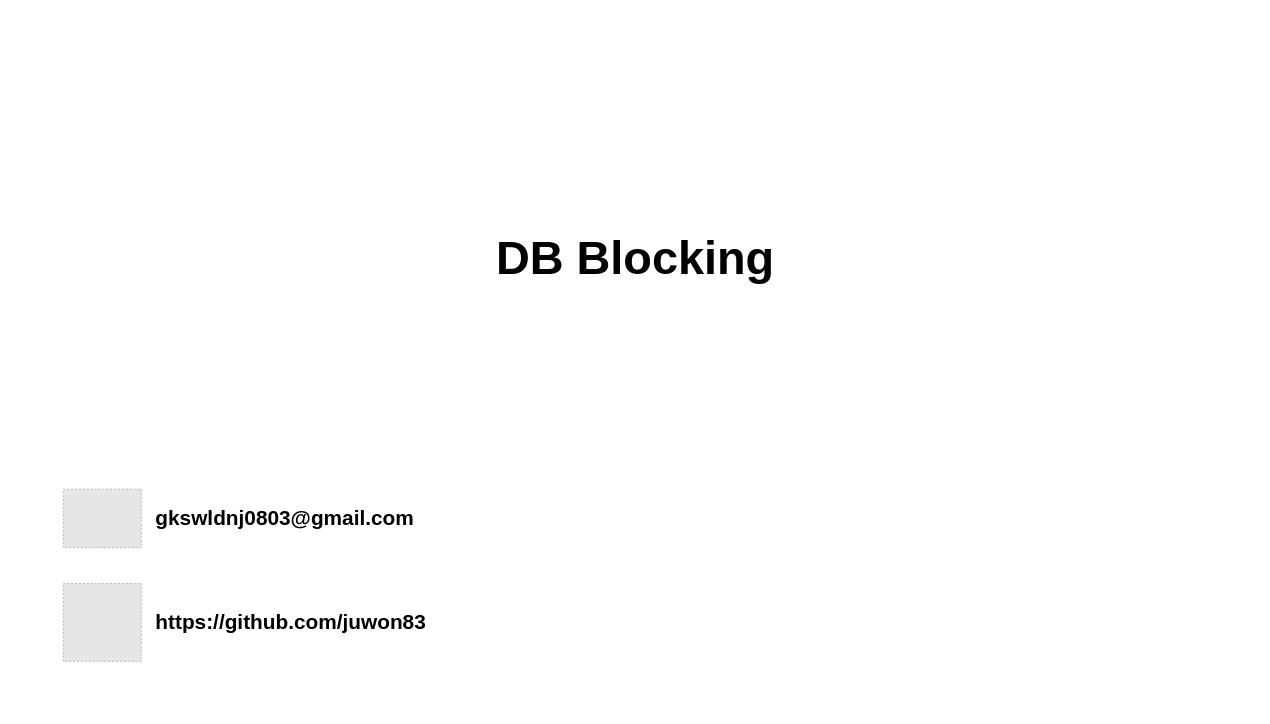
The draw.io diagram page "한지원" (2 of 4) of 썸네일.drawio in Study-Diary/Computer-Science, before the edit. Source tidied: cells renumbered, new cells numbered last; positions are measured from the earlier drawing's top-left corner, leaving out a move shared by most shapes. Both pictures are drawn from the tidied source at 65%, with x=0, y=0 at pixel (11, 11). Pictures stored in the file or linked from it are replaced by grey dashed boxes.
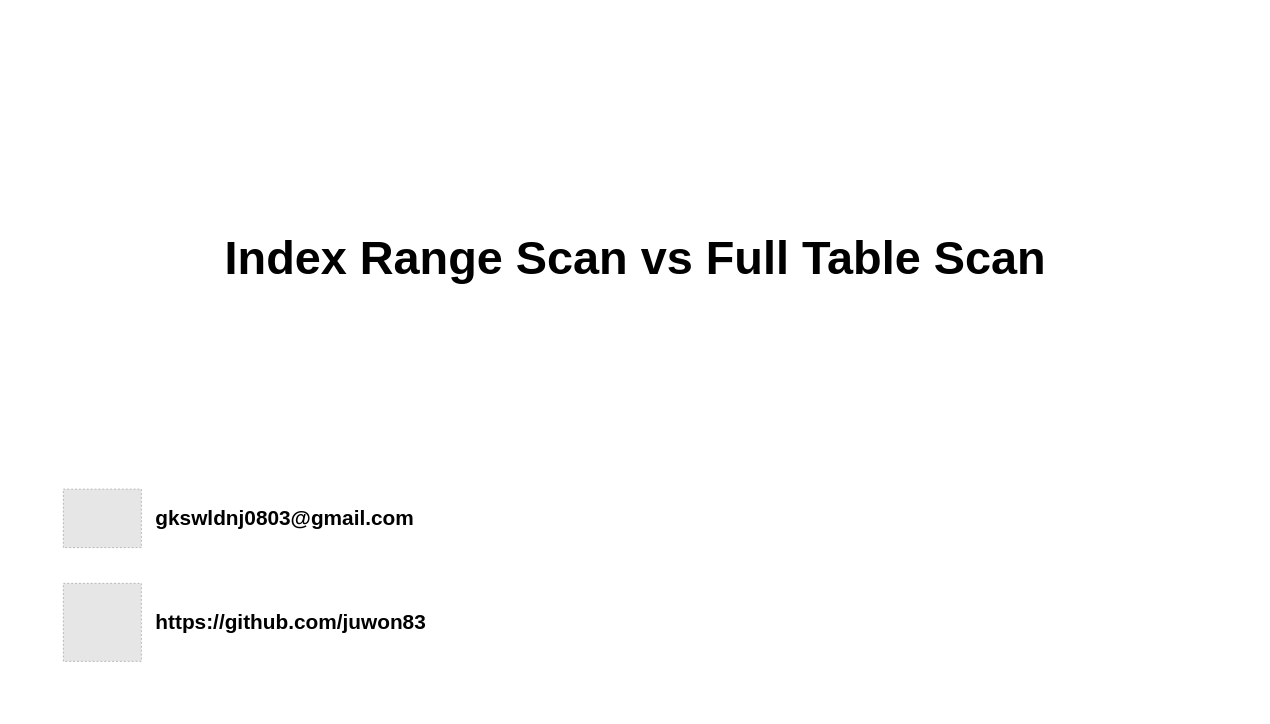
Above is the later version.

What changed in the source:
```diff
@@
 <mxGraphModel>
   <root>
     <mxCell id="0" />
     <mxCell id="1" parent="0" />
     <mxCell id="2" style="rounded=0;whiteSpace=wrap;html=1;fillColor=#FFFFFF;strokeColor=none;" parent="1" vertex="1">
       <mxGeometry width="1920" height="1080" as="geometry" />
     </mxCell>
     <mxCell id="3" style="group;" parent="1" vertex="1">
       <mxGeometry x="80" y="720" width="120" height="120" as="geometry" />
     </mxCell>
     <mxCell id="4" style="fillColor=#E6E6E6;strokeColor=#999999;dashed=1;verticalLabelPosition=bottom;labelBackgroundColor=default;verticalAlign=top;" parent="3" vertex="1">
       <mxGeometry y="15" width="120" height="90" as="geometry" />
     </mxCell>
     <mxCell id="5" style="rounded=0;whiteSpace=wrap;html=1;fillColor=none;strokeColor=none;" parent="3" vertex="1">
       <mxGeometry width="120" height="120" as="geometry" />
     </mxCell>
     <mxCell id="6" style="fillColor=#E6E6E6;strokeColor=#999999;dashed=1;verticalLabelPosition=bottom;labelBackgroundColor=default;verticalAlign=top;" parent="1" vertex="1">
       <mxGeometry x="80" y="880" width="120" height="120" as="geometry" />
     </mxCell>
     <mxCell id="7" value="gkswldnj0803@gmail.com" style="text;html=1;align=left;verticalAlign=middle;whiteSpace=wrap;rounded=0;fontSize=32;fontColor=#000000;fontStyle=1;" parent="1" vertex="1">
       <mxGeometry x="220" y="740" width="500" height="80" as="geometry" />
     </mxCell>
     <mxCell id="8" value="https://github.com/juwon83" style="text;html=1;align=left;verticalAlign=middle;whiteSpace=wrap;rounded=0;fontSize=32;fontColor=#000000;fontStyle=1;" parent="1" vertex="1">
       <mxGeometry x="220" y="900" width="500" height="80" as="geometry" />
     </mxCell>
-    <mxCell id="9" value="DB Blocking" style="text;html=1;align=center;verticalAlign=middle;whiteSpace=wrap;rounded=0;fontSize=72;fontFamily=Pretendard;fontColor=#000000;fontStyle=1;" parent="1" vertex="1">
+    <mxCell id="9" value="Index Range Scan vs Full Table Scan" style="text;html=1;align=center;verticalAlign=middle;whiteSpace=wrap;rounded=0;fontSize=72;fontFamily=Pretendard;fontColor=#000000;fontStyle=1;" parent="1" vertex="1">
       <mxGeometry x="200" y="320" width="1520" height="120" as="geometry" />
     </mxCell>
   </root>
 </mxGraphModel>
```
